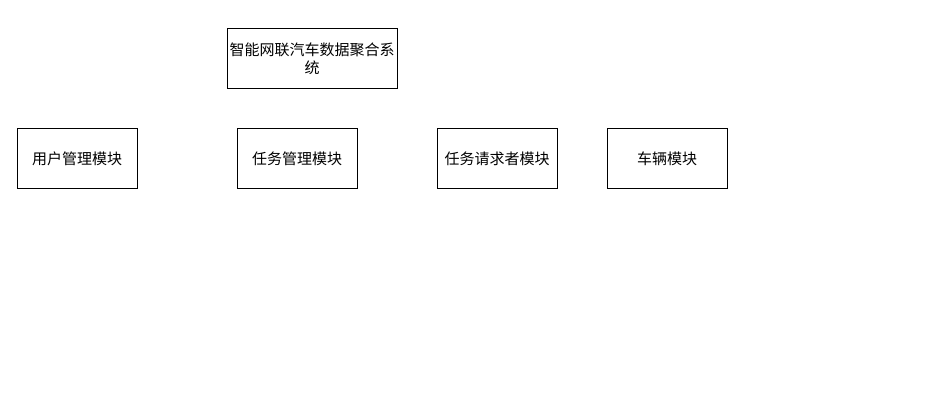
Ikaros727/pumpkin keeps this draw.io diagram as page "第 2 页" (2 of 2) of doc/uml/系统类图.drawio. Above is the earlier version. Source tidied: cells renumbered, new cells numbered last; positions are measured from the earlier drawing's top-left corner, leaving out a move shared by most shapes. Both pictures are drawn from the tidied source at 100%, with x=0, y=0 at pixel (17, 28).
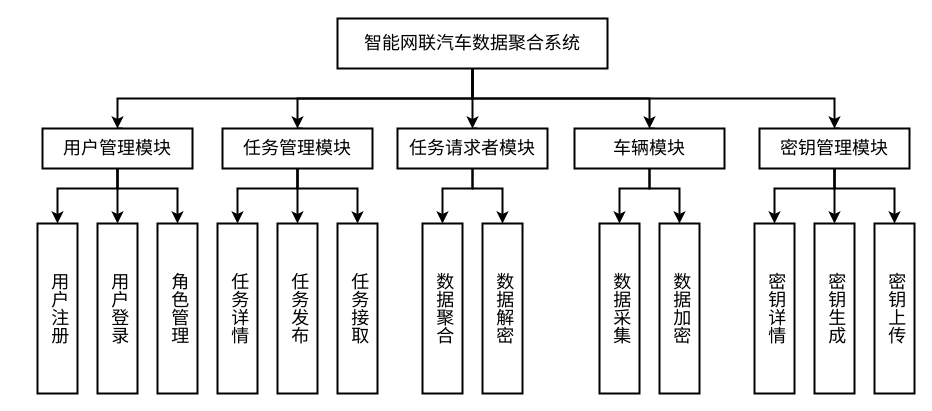
The same diagram, later.

What changed in the source:
```diff
@@
+    <mxCell id="7" style="edgeStyle=orthogonalEdgeStyle;rounded=0;jettySize=auto;html=1;exitX=0.5;exitY=1;exitDx=0;exitDy=0;strokeWidth=2;" parent="1" edge="1" source="2" target="5">
+      <mxGeometry relative="1" as="geometry" />
+    </mxCell>
+    <mxCell id="8" style="edgeStyle=orthogonalEdgeStyle;rounded=0;jettySize=auto;html=1;exitX=0.5;exitY=1;exitDx=0;exitDy=0;entryX=0.5;entryY=0;entryDx=0;entryDy=0;strokeWidth=2;" parent="1" edge="1" source="2" target="3">
+      <mxGeometry relative="1" as="geometry" />
+    </mxCell>
+    <mxCell id="9" style="edgeStyle=orthogonalEdgeStyle;rounded=0;jettySize=auto;html=1;exitX=0.5;exitY=1;exitDx=0;exitDy=0;strokeWidth=2;" parent="1" edge="1" source="2" target="4">
+      <mxGeometry relative="1" as="geometry" />
+    </mxCell>
+    <mxCell id="10" style="edgeStyle=orthogonalEdgeStyle;rounded=0;jettySize=auto;html=1;exitX=0.5;exitY=1;exitDx=0;exitDy=0;strokeWidth=2;" parent="1" edge="1" source="2" target="6">
+      <mxGeometry relative="1" as="geometry" />
+    </mxCell>
+    <mxCell id="11" style="edgeStyle=orthogonalEdgeStyle;rounded=0;jettySize=auto;html=1;exitX=0.5;exitY=1;exitDx=0;exitDy=0;entryX=0.5;entryY=0;entryDx=0;entryDy=0;strokeWidth=2;" parent="1" edge="1" source="2" target="27">
+      <mxGeometry relative="1" as="geometry" />
+    </mxCell>
-    <mxCell id="2" value="智能网联汽车数据聚合系统" style="rounded=0;whiteSpace=wrap;html=1;fontFamily=宋体;fontSize=15;" parent="1" vertex="1">
-      <mxGeometry x="210" width="170" height="60" as="geometry" />
+    <mxCell id="2" value="智能网联汽车数据聚合系统" style="rounded=0;whiteSpace=wrap;html=1;fontFamily=宋体;fontSize=18;strokeWidth=2;" parent="1" vertex="1">
+      <mxGeometry x="320" y="-10" width="270" height="50" as="geometry" />
     </mxCell>
+    <mxCell id="12" style="edgeStyle=orthogonalEdgeStyle;rounded=0;jettySize=auto;html=1;exitX=0.5;exitY=1;exitDx=0;exitDy=0;entryX=0.5;entryY=0;entryDx=0;entryDy=0;strokeWidth=2;" parent="1" edge="1" target="16">
+      <mxGeometry relative="1" as="geometry">
+        <mxPoint x="105" y="100" as="sourcePoint" />
+        <Array as="points">
+          <mxPoint x="100" y="100" />
+          <mxPoint x="100" y="160" />
+          <mxPoint x="160" y="160" />
+        </Array>
+      </mxGeometry>
+    </mxCell>
+    <mxCell id="13" style="edgeStyle=orthogonalEdgeStyle;rounded=0;jettySize=auto;html=1;exitX=0.5;exitY=1;exitDx=0;exitDy=0;strokeWidth=2;" parent="1" edge="1" source="3" target="15">
+      <mxGeometry relative="1" as="geometry">
+        <Array as="points">
+          <mxPoint x="100" y="160" />
+          <mxPoint x="40" y="160" />
+        </Array>
+      </mxGeometry>
+    </mxCell>
+    <mxCell id="14" style="edgeStyle=orthogonalEdgeStyle;rounded=0;jettySize=auto;html=1;exitX=0.5;exitY=1;exitDx=0;exitDy=0;strokeWidth=2;" parent="1" edge="1" source="3" target="17">
+      <mxGeometry relative="1" as="geometry" />
+    </mxCell>
-    <mxCell id="3" value="用户管理模块" style="rounded=0;whiteSpace=wrap;html=1;fontFamily=宋体;fontSize=15;" parent="1" vertex="1">
-      <mxGeometry y="100" width="120" height="60" as="geometry" />
+    <mxCell id="3" value="用户管理模块" style="rounded=0;whiteSpace=wrap;html=1;fontFamily=宋体;fontSize=18;strokeWidth=2;" parent="1" vertex="1">
+      <mxGeometry x="25" y="100" width="150" height="40" as="geometry" />
     </mxCell>
+    <mxCell id="15" value="用户注册" style="rounded=0;whiteSpace=wrap;html=1;textDirection=vertical-lr;fontFamily=宋体;fontSize=18;strokeWidth=2;" parent="1" vertex="1">
+      <mxGeometry x="20" y="195" width="40" height="170" as="geometry" />
+    </mxCell>
+    <mxCell id="16" value="角色管理" style="rounded=0;whiteSpace=wrap;html=1;textDirection=vertical-lr;fontFamily=宋体;fontSize=18;strokeWidth=2;" parent="1" vertex="1">
+      <mxGeometry x="140" y="195" width="40" height="170" as="geometry" />
+    </mxCell>
+    <mxCell id="17" value="用户登录" style="rounded=0;whiteSpace=wrap;html=1;textDirection=vertical-lr;fontFamily=宋体;fontSize=18;strokeWidth=2;" parent="1" vertex="1">
+      <mxGeometry x="80" y="195" width="40" height="170" as="geometry" />
+    </mxCell>
+    <mxCell id="18" style="edgeStyle=orthogonalEdgeStyle;rounded=0;jettySize=auto;html=1;exitX=0.5;exitY=1;exitDx=0;exitDy=0;entryX=0.5;entryY=0;entryDx=0;entryDy=0;strokeWidth=2;" parent="1" edge="1" target="22">
+      <mxGeometry relative="1" as="geometry">
+        <mxPoint x="285" y="100" as="sourcePoint" />
+        <Array as="points">
+          <mxPoint x="280" y="100" />
+          <mxPoint x="280" y="160" />
+          <mxPoint x="340" y="160" />
+        </Array>
+      </mxGeometry>
+    </mxCell>
+    <mxCell id="19" style="edgeStyle=orthogonalEdgeStyle;rounded=0;jettySize=auto;html=1;exitX=0.5;exitY=1;exitDx=0;exitDy=0;strokeWidth=2;" parent="1" edge="1" source="4" target="21">
+      <mxGeometry relative="1" as="geometry">
+        <Array as="points">
+          <mxPoint x="280" y="160" />
+          <mxPoint x="220" y="160" />
+        </Array>
+      </mxGeometry>
+    </mxCell>
+    <mxCell id="20" style="edgeStyle=orthogonalEdgeStyle;rounded=0;jettySize=auto;html=1;exitX=0.5;exitY=1;exitDx=0;exitDy=0;strokeWidth=2;" parent="1" edge="1" source="4" target="23">
+      <mxGeometry relative="1" as="geometry" />
+    </mxCell>
-    <mxCell id="4" value="任务管理模块" style="rounded=0;whiteSpace=wrap;html=1;fontFamily=宋体;fontSize=15;" parent="1" vertex="1">
-      <mxGeometry x="220" y="100" width="120" height="60" as="geometry" />
+    <mxCell id="4" value="任务管理模块" style="rounded=0;whiteSpace=wrap;html=1;fontFamily=宋体;fontSize=18;strokeWidth=2;" parent="1" vertex="1">
+      <mxGeometry x="205" y="100" width="150" height="40" as="geometry" />
     </mxCell>
+    <mxCell id="21" value="任务详情" style="rounded=0;whiteSpace=wrap;html=1;textDirection=vertical-lr;fontFamily=宋体;fontSize=18;strokeWidth=2;" parent="1" vertex="1">
+      <mxGeometry x="200" y="195" width="40" height="170" as="geometry" />
+    </mxCell>
+    <mxCell id="22" value="任务接取" style="rounded=0;whiteSpace=wrap;html=1;textDirection=vertical-lr;fontFamily=宋体;fontSize=18;strokeWidth=2;" parent="1" vertex="1">
+      <mxGeometry x="320" y="195" width="40" height="170" as="geometry" />
+    </mxCell>
+    <mxCell id="23" value="任务发布" style="rounded=0;whiteSpace=wrap;html=1;textDirection=vertical-lr;fontFamily=宋体;fontSize=18;strokeWidth=2;" parent="1" vertex="1">
+      <mxGeometry x="260" y="195" width="40" height="170" as="geometry" />
+    </mxCell>
+    <mxCell id="24" style="edgeStyle=orthogonalEdgeStyle;rounded=0;jettySize=auto;html=1;exitX=0.5;exitY=1;exitDx=0;exitDy=0;entryX=0.5;entryY=0;entryDx=0;entryDy=0;strokeWidth=2;" parent="1" edge="1" target="29">
+      <mxGeometry relative="1" as="geometry">
+        <mxPoint x="822" y="100" as="sourcePoint" />
+        <Array as="points">
+          <mxPoint x="817" y="100" />
+          <mxPoint x="817" y="160" />
+          <mxPoint x="877" y="160" />
+        </Array>
+      </mxGeometry>
+    </mxCell>
+    <mxCell id="25" style="edgeStyle=orthogonalEdgeStyle;rounded=0;jettySize=auto;html=1;exitX=0.5;exitY=1;exitDx=0;exitDy=0;strokeWidth=2;" parent="1" edge="1" source="27" target="28">
+      <mxGeometry relative="1" as="geometry">
+        <Array as="points">
+          <mxPoint x="817" y="160" />
+          <mxPoint x="757" y="160" />
+        </Array>
+      </mxGeometry>
+    </mxCell>
+    <mxCell id="26" style="edgeStyle=orthogonalEdgeStyle;rounded=0;jettySize=auto;html=1;exitX=0.5;exitY=1;exitDx=0;exitDy=0;strokeWidth=2;" parent="1" edge="1" source="27" target="30">
+      <mxGeometry relative="1" as="geometry" />
+    </mxCell>
+    <mxCell id="27" value="密钥管理模块" style="rounded=0;whiteSpace=wrap;html=1;fontFamily=宋体;fontSize=18;strokeWidth=2;" parent="1" vertex="1">
+      <mxGeometry x="742" y="100" width="150" height="40" as="geometry" />
+    </mxCell>
+    <mxCell id="28" value="密钥详情" style="rounded=0;whiteSpace=wrap;html=1;textDirection=vertical-lr;fontFamily=宋体;fontSize=18;strokeWidth=2;" parent="1" vertex="1">
+      <mxGeometry x="737" y="195" width="40" height="170" as="geometry" />
+    </mxCell>
+    <mxCell id="29" value="密钥上传" style="rounded=0;whiteSpace=wrap;html=1;textDirection=vertical-lr;fontFamily=宋体;fontSize=18;strokeWidth=2;" parent="1" vertex="1">
+      <mxGeometry x="857" y="195" width="40" height="170" as="geometry" />
+    </mxCell>
+    <mxCell id="30" value="密钥生成" style="rounded=0;whiteSpace=wrap;html=1;textDirection=vertical-lr;fontFamily=宋体;fontSize=18;strokeWidth=2;" parent="1" vertex="1">
+      <mxGeometry x="797" y="195" width="40" height="170" as="geometry" />
+    </mxCell>
+    <mxCell id="31" style="edgeStyle=orthogonalEdgeStyle;rounded=0;jettySize=auto;html=1;exitX=0.5;exitY=1;exitDx=0;exitDy=0;entryX=0.5;entryY=0;entryDx=0;entryDy=0;strokeWidth=2;" parent="1" edge="1" target="34">
+      <mxGeometry relative="1" as="geometry">
+        <mxPoint x="460" y="100" as="sourcePoint" />
+        <Array as="points">
+          <mxPoint x="455" y="100" />
+          <mxPoint x="455" y="160" />
+          <mxPoint x="485" y="160" />
+        </Array>
+      </mxGeometry>
+    </mxCell>
+    <mxCell id="32" style="edgeStyle=orthogonalEdgeStyle;rounded=0;jettySize=auto;html=1;exitX=0.5;exitY=1;exitDx=0;exitDy=0;strokeWidth=2;" parent="1" edge="1" source="5" target="33">
+      <mxGeometry relative="1" as="geometry">
+        <Array as="points">
+          <mxPoint x="455" y="160" />
+          <mxPoint x="425" y="160" />
+        </Array>
+      </mxGeometry>
+    </mxCell>
-    <mxCell id="5" value="任务请求者模块" style="rounded=0;whiteSpace=wrap;html=1;fontFamily=宋体;fontSize=15;" parent="1" vertex="1">
-      <mxGeometry x="420" y="100" width="120" height="60" as="geometry" />
+    <mxCell id="5" value="任务请求者模块" style="rounded=0;whiteSpace=wrap;html=1;fontFamily=宋体;fontSize=18;strokeWidth=2;" parent="1" vertex="1">
+      <mxGeometry x="380" y="100" width="150" height="40" as="geometry" />
     </mxCell>
+    <mxCell id="33" value="数据聚合" style="rounded=0;whiteSpace=wrap;html=1;textDirection=vertical-lr;fontFamily=宋体;fontSize=18;strokeWidth=2;" parent="1" vertex="1">
+      <mxGeometry x="405" y="195" width="40" height="170" as="geometry" />
+    </mxCell>
+    <mxCell id="34" value="数据解密" style="rounded=0;whiteSpace=wrap;html=1;textDirection=vertical-lr;fontFamily=宋体;fontSize=18;strokeWidth=2;" parent="1" vertex="1">
+      <mxGeometry x="465" y="195" width="40" height="170" as="geometry" />
+    </mxCell>
+    <mxCell id="35" style="edgeStyle=orthogonalEdgeStyle;rounded=0;jettySize=auto;html=1;exitX=0.5;exitY=1;exitDx=0;exitDy=0;entryX=0.5;entryY=0;entryDx=0;entryDy=0;strokeWidth=2;" parent="1" edge="1" target="38">
+      <mxGeometry relative="1" as="geometry">
+        <mxPoint x="637" y="100" as="sourcePoint" />
+        <Array as="points">
+          <mxPoint x="632" y="100" />
+          <mxPoint x="632" y="160" />
+          <mxPoint x="662" y="160" />
+        </Array>
+      </mxGeometry>
+    </mxCell>
+    <mxCell id="36" style="edgeStyle=orthogonalEdgeStyle;rounded=0;jettySize=auto;html=1;exitX=0.5;exitY=1;exitDx=0;exitDy=0;strokeWidth=2;" parent="1" edge="1" source="6" target="37">
+      <mxGeometry relative="1" as="geometry">
+        <Array as="points">
+          <mxPoint x="632" y="160" />
+          <mxPoint x="602" y="160" />
+        </Array>
+      </mxGeometry>
+    </mxCell>
-    <mxCell id="6" value="车辆模块" style="rounded=0;whiteSpace=wrap;html=1;fontFamily=宋体;fontSize=15;" parent="1" vertex="1">
-      <mxGeometry x="590" y="100" width="120" height="60" as="geometry" />
+    <mxCell id="6" value="车辆模块" style="rounded=0;whiteSpace=wrap;html=1;fontFamily=宋体;fontSize=18;strokeWidth=2;" parent="1" vertex="1">
+      <mxGeometry x="557" y="100" width="150" height="40" as="geometry" />
     </mxCell>
+    <mxCell id="37" value="数据采集" style="rounded=0;whiteSpace=wrap;html=1;textDirection=vertical-lr;fontFamily=宋体;fontSize=18;strokeWidth=2;" parent="1" vertex="1">
+      <mxGeometry x="582" y="195" width="40" height="170" as="geometry" />
+    </mxCell>
+    <mxCell id="38" value="数据加密" style="rounded=0;whiteSpace=wrap;html=1;textDirection=vertical-lr;fontFamily=宋体;fontSize=18;strokeWidth=2;" parent="1" vertex="1">
+      <mxGeometry x="642" y="195" width="40" height="170" as="geometry" />
+    </mxCell>
```
